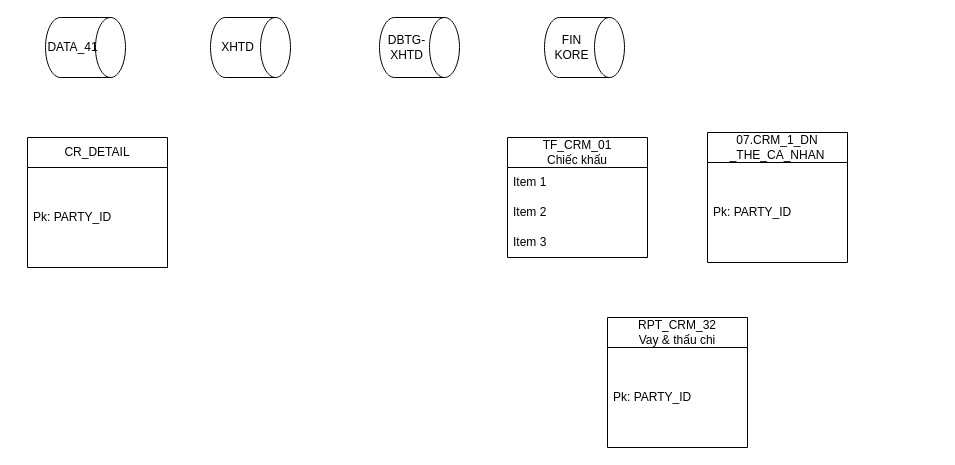
This is Untitled Diagram.drawio from Midland-tanaka/XHTD, a draw.io file, before an edit. Source tidied: cells renumbered, new cells numbered last; positions are measured from the earlier drawing's top-left corner, leaving out a move shared by most shapes. Both pictures are drawn from the tidied source at 100%, with x=0, y=0 at pixel (27, 17).
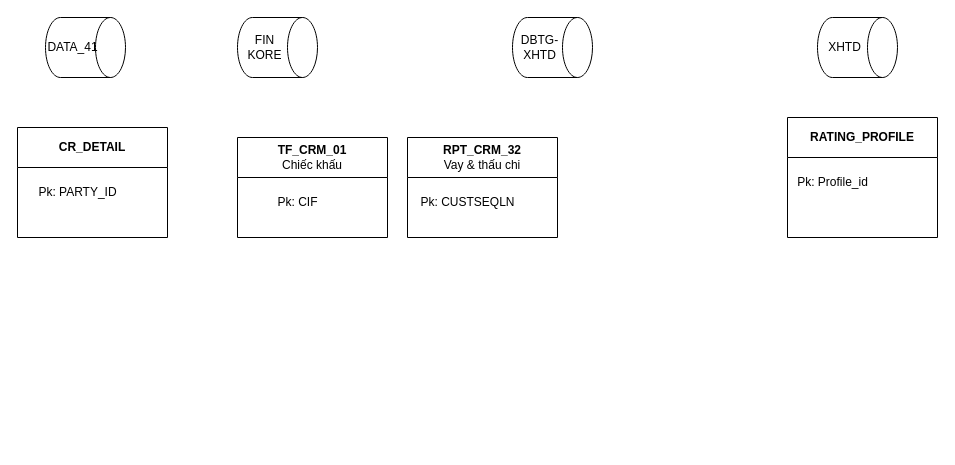
Above is the later version.

What changed in the source:
```diff
@@
 <mxGraphModel>
   <root>
     <mxCell id="0" />
     <mxCell id="1" parent="0" />
+    <mxCell id="8" value="TF_CRM_01&lt;br style=&quot;font-weight: 400;&quot;&gt;&lt;span style=&quot;font-weight: 400;&quot;&gt;Chiếc khấu&lt;/span&gt;" style="swimlane;whiteSpace=wrap;html=1;swimlaneLine=1;shadow=0;rounded=0;startSize=40;arcSize=43;swimlaneFillColor=none;" parent="1" vertex="1">
+      <mxGeometry x="210" y="120" width="150" height="100" as="geometry" />
+    </mxCell>
+    <mxCell id="16" value="Pk: CIF" style="text;html=1;align=center;verticalAlign=middle;strokeColor=none;fillColor=none;" parent="8" vertex="1">
+      <mxGeometry x="30" y="50" width="60" height="30" as="geometry" />
+    </mxCell>
     <mxCell id="2" value="DATA_41" style="shape=cylinder3;whiteSpace=wrap;html=1;boundedLbl=1;backgroundOutline=1;size=15;direction=south;" parent="1" vertex="1">
       <mxGeometry x="18" width="80" height="60" as="geometry" />
     </mxCell>
     <mxCell id="3" value="XHTD" style="shape=cylinder3;whiteSpace=wrap;html=1;boundedLbl=1;backgroundOutline=1;size=15;direction=south;" parent="1" vertex="1">
-      <mxGeometry x="183" width="80" height="60" as="geometry" />
+      <mxGeometry x="790" width="80" height="60" as="geometry" />
     </mxCell>
     <mxCell id="4" value="DBTG-XHTD" style="shape=cylinder3;whiteSpace=wrap;html=1;boundedLbl=1;backgroundOutline=1;size=15;direction=south;" parent="1" vertex="1">
-      <mxGeometry x="352" width="80" height="60" as="geometry" />
+      <mxGeometry x="485" width="80" height="60" as="geometry" />
     </mxCell>
     <mxCell id="5" value="FIN&lt;br&gt;KORE" style="shape=cylinder3;whiteSpace=wrap;html=1;boundedLbl=1;backgroundOutline=1;size=15;direction=south;" parent="1" vertex="1">
-      <mxGeometry x="517" width="80" height="60" as="geometry" />
+      <mxGeometry x="210" width="80" height="60" as="geometry" />
     </mxCell>
+    <mxCell id="17" value="RATING_PROFILE" style="swimlane;whiteSpace=wrap;html=1;swimlaneLine=1;shadow=0;rounded=0;startSize=40;arcSize=43;swimlaneFillColor=none;" parent="1" vertex="1">
+      <mxGeometry x="760" y="100" width="150" height="120" as="geometry" />
+    </mxCell>
+    <mxCell id="18" value="Pk: Profile_id" style="text;html=1;align=center;verticalAlign=middle;strokeColor=none;fillColor=none;" parent="17" vertex="1">
+      <mxGeometry y="50" width="90" height="30" as="geometry" />
+    </mxCell>
+    <mxCell id="14" value="RPT_CRM_32&lt;br style=&quot;font-weight: 400;&quot;&gt;&lt;span style=&quot;font-weight: 400;&quot;&gt;Vay &amp;amp; thấu chi&lt;/span&gt;" style="swimlane;whiteSpace=wrap;html=1;swimlaneLine=1;shadow=0;rounded=0;startSize=40;arcSize=43;swimlaneFillColor=none;" parent="1" vertex="1">
+      <mxGeometry x="380" y="120" width="150" height="100" as="geometry" />
+    </mxCell>
+    <mxCell id="19" value="Pk: CUSTSEQLN" style="text;html=1;align=center;verticalAlign=middle;strokeColor=none;fillColor=none;" parent="14" vertex="1">
+      <mxGeometry y="50" width="120" height="30" as="geometry" />
+    </mxCell>
-    <mxCell id="6" value="CR_DETAIL" style="swimlane;fontStyle=0;horizontal=1;startSize=30;whiteSpace=wrap;html=1;" parent="1" vertex="1">
-      <mxGeometry y="120" width="140" height="130" as="geometry" />
+    <mxCell id="6" value="CR_DETAIL" style="swimlane;whiteSpace=wrap;html=1;swimlaneLine=1;shadow=0;rounded=0;startSize=40;arcSize=43;swimlaneFillColor=none;" parent="1" vertex="1">
+      <mxGeometry x="-10" y="110" width="150" height="110" as="geometry" />
     </mxCell>
-    <mxCell id="7" value="Pk: PARTY_ID" style="text;strokeColor=none;fillColor=none;align=left;verticalAlign=middle;spacingLeft=4;spacingRight=4;overflow=hidden;whiteSpace=wrap;html=1;" parent="6" vertex="1">
-      <mxGeometry y="30" width="140" height="100" as="geometry" />
-    </mxCell>
-    <mxCell id="8" value="TF_CRM_01&lt;br&gt;Chiếc khấu" style="swimlane;fontStyle=0;horizontal=1;startSize=30;whiteSpace=wrap;html=1;" parent="1" vertex="1">
-      <mxGeometry x="480" y="120" width="140" height="120" as="geometry" />
-    </mxCell>
-    <mxCell id="9" value="Item 1" style="text;strokeColor=none;fillColor=none;align=left;verticalAlign=middle;spacingLeft=4;spacingRight=4;overflow=hidden;whiteSpace=wrap;html=1;" parent="8" vertex="1">
-      <mxGeometry y="30" width="140" height="30" as="geometry" />
-    </mxCell>
-    <mxCell id="10" value="Item 2" style="text;strokeColor=none;fillColor=none;align=left;verticalAlign=middle;spacingLeft=4;spacingRight=4;overflow=hidden;whiteSpace=wrap;html=1;" parent="8" vertex="1">
-      <mxGeometry y="60" width="140" height="30" as="geometry" />
-    </mxCell>
-    <mxCell id="11" value="Item 3" style="text;strokeColor=none;fillColor=none;align=left;verticalAlign=middle;spacingLeft=4;spacingRight=4;overflow=hidden;whiteSpace=wrap;html=1;" parent="8" vertex="1">
-      <mxGeometry y="90" width="140" height="30" as="geometry" />
-    </mxCell>
-    <mxCell id="12" value="07.CRM_1_DN&lt;br&gt;_THE_CA_NHAN" style="swimlane;fontStyle=0;horizontal=1;startSize=30;whiteSpace=wrap;html=1;" parent="1" vertex="1">
-      <mxGeometry x="680" y="115" width="140" height="130" as="geometry" />
-    </mxCell>
-    <mxCell id="13" value="Pk: PARTY_ID" style="text;strokeColor=none;fillColor=none;align=left;verticalAlign=middle;spacingLeft=4;spacingRight=4;overflow=hidden;whiteSpace=wrap;html=1;" parent="12" vertex="1">
-      <mxGeometry y="30" width="140" height="100" as="geometry" />
-    </mxCell>
-    <mxCell id="14" value="RPT_CRM_32&lt;br&gt;Vay &amp;amp; thấu chi" style="swimlane;fontStyle=0;horizontal=1;startSize=30;whiteSpace=wrap;html=1;" parent="1" vertex="1">
-      <mxGeometry x="580" y="300" width="140" height="130" as="geometry" />
-    </mxCell>
-    <mxCell id="15" value="Pk: PARTY_ID" style="text;strokeColor=none;fillColor=none;align=left;verticalAlign=middle;spacingLeft=4;spacingRight=4;overflow=hidden;whiteSpace=wrap;html=1;" parent="14" vertex="1">
-      <mxGeometry y="30" width="140" height="100" as="geometry" />
-    </mxCell>
+    <mxCell id="20" value="Pk: PARTY_ID" style="text;html=1;align=center;verticalAlign=middle;strokeColor=none;fillColor=none;" parent="6" vertex="1">
+      <mxGeometry x="10" y="50" width="100" height="30" as="geometry" />
+    </mxCell>
   </root>
 </mxGraphModel>
```
